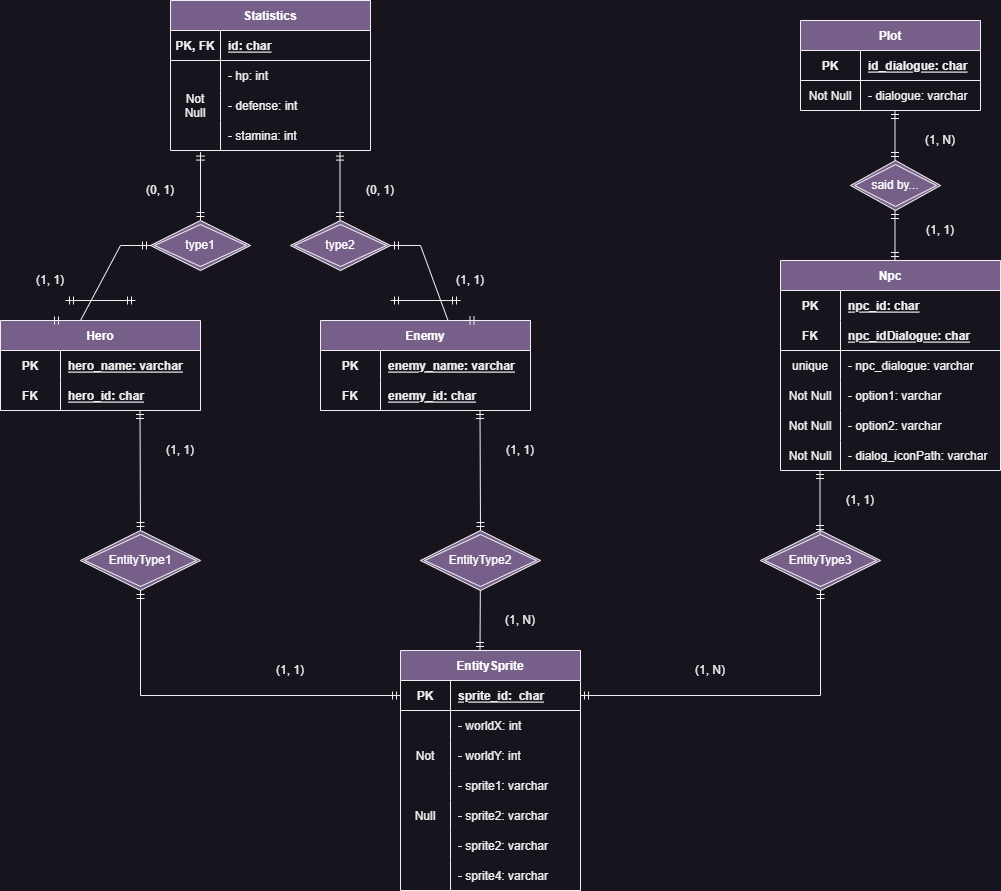
Above: log/diagrams/UML/Giovanni/SchemaConcettualeDB.drawio.png in weiss25r/Progetto-ISS-2022-2023 (draw.io), before the change. Source tidied: cells renumbered, new cells last; positions are measured from the earlier drawing's top-left corner, leaving out a move shared by most shapes.
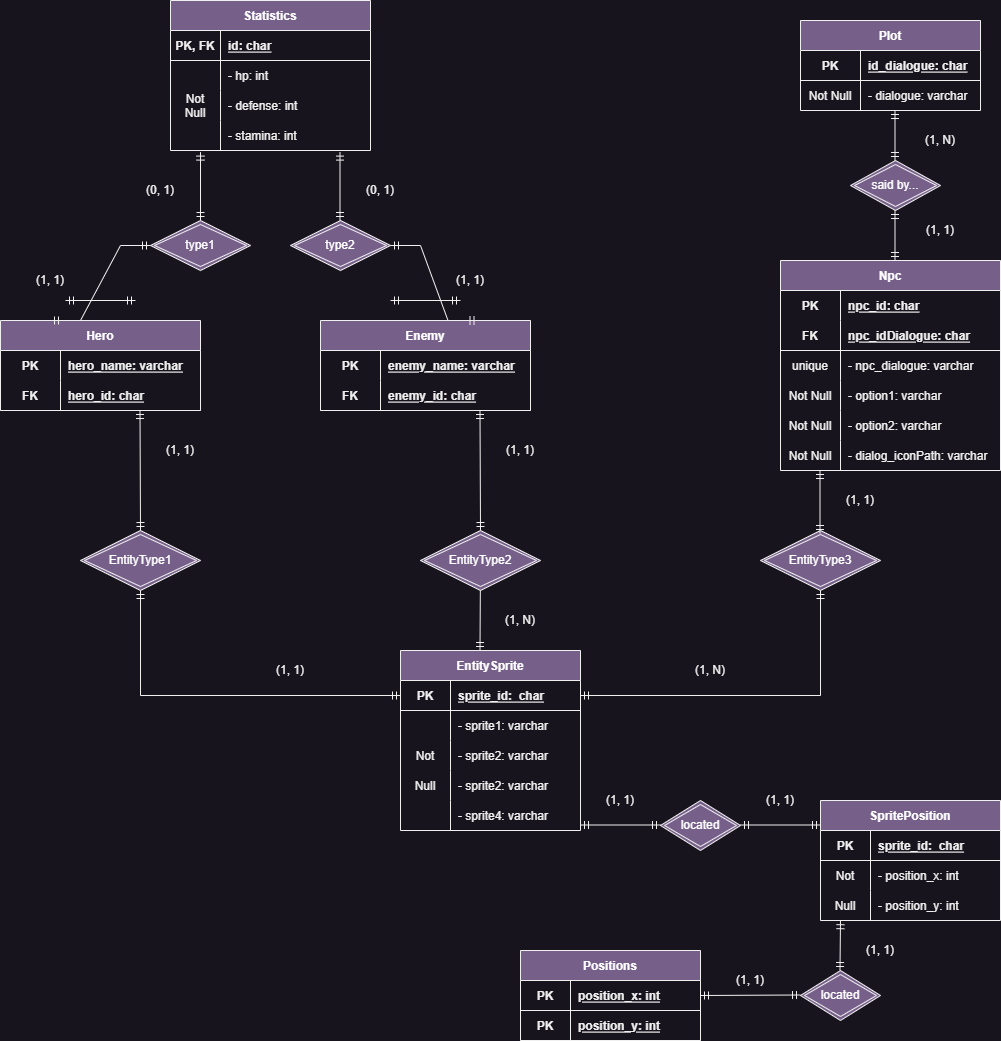
Later version of the same file.

The edit, as a diff of the source:
```diff
@@ -99,7 +99,7 @@
       <mxGeometry x="60" width="160" height="30" as="geometry" />
     </mxCell>
     <mxCell id="34" value="EntitySprite" style="shape=table;startSize=30;rowLines=0;fontStyle=1;align=center;fillColor=#76608a;fontColor=#ffffff;strokeColor=default;" parent="1" vertex="1">
-      <mxGeometry x="400" y="650" width="180" height="240" as="geometry" />
+      <mxGeometry x="400" y="650" width="180" height="180" as="geometry" />
     </mxCell>
     <mxCell id="35" style="shape=tableRow;horizontal=0;startSize=0;swimlaneHead=0;swimlaneBody=0;fillColor=none;points=[[0,0.5],[1,0.5]];portConstraint=eastwest;top=0;left=0;right=0;bottom=1;" parent="34" vertex="1">
       <mxGeometry y="30" width="180" height="30" as="geometry" />
@@ -110,26 +110,8 @@
     <mxCell id="37" value="sprite_id:  char" style="shape=partialRectangle;fillColor=none;top=0;left=0;bottom=0;right=0;align=left;spacingLeft=6;fontStyle=5;overflow=hidden;" parent="35" vertex="1">
       <mxGeometry x="50" width="130" height="30" as="geometry" />
     </mxCell>
-    <mxCell id="38" style="shape=tableRow;horizontal=0;startSize=0;swimlaneHead=0;swimlaneBody=0;fillColor=none;top=0;left=0;right=0;bottom=0;" parent="34" vertex="1">
-      <mxGeometry y="60" width="180" height="30" as="geometry" />
-    </mxCell>
-    <mxCell id="39" style="shape=partialRectangle;fillColor=none;top=0;left=0;bottom=0;right=0;overflow=hidden;" parent="38" vertex="1">
-      <mxGeometry width="50" height="30" as="geometry" />
-    </mxCell>
-    <mxCell id="40" value="- worldX: int" style="shape=partialRectangle;fillColor=none;top=0;left=0;bottom=0;right=0;align=left;spacingLeft=6;overflow=hidden;" parent="38" vertex="1">
-      <mxGeometry x="50" width="130" height="30" as="geometry" />
-    </mxCell>
-    <mxCell id="41" style="shape=tableRow;horizontal=0;startSize=0;swimlaneHead=0;swimlaneBody=0;fillColor=none;points=[[0,0.5],[1,0.5]];portConstraint=eastwest;top=0;left=0;right=0;bottom=0;" parent="34" vertex="1">
-      <mxGeometry y="90" width="180" height="30" as="geometry" />
-    </mxCell>
-    <mxCell id="42" value="Not" style="shape=partialRectangle;fillColor=none;top=0;left=0;bottom=0;right=0;overflow=hidden;" parent="41" vertex="1">
-      <mxGeometry width="50" height="30" as="geometry" />
-    </mxCell>
-    <mxCell id="43" value="- worldY: int" style="shape=partialRectangle;fillColor=none;top=0;left=0;bottom=0;right=0;align=left;spacingLeft=6;overflow=hidden;" parent="41" vertex="1">
-      <mxGeometry x="50" width="130" height="30" as="geometry" />
-    </mxCell>
     <mxCell id="44" style="shape=tableRow;horizontal=0;startSize=0;swimlaneHead=0;swimlaneBody=0;fillColor=none;top=0;left=0;right=0;bottom=0;" parent="34" vertex="1">
-      <mxGeometry y="120" width="180" height="30" as="geometry" />
+      <mxGeometry y="60" width="180" height="30" as="geometry" />
     </mxCell>
     <mxCell id="45" style="shape=partialRectangle;fillColor=none;top=0;left=0;bottom=0;right=0;overflow=hidden;" parent="44" vertex="1">
       <mxGeometry width="50" height="30" as="geometry" />
@@ -138,25 +120,25 @@
       <mxGeometry x="50" width="130" height="30" as="geometry" />
     </mxCell>
     <mxCell id="47" style="shape=tableRow;horizontal=0;startSize=0;swimlaneHead=0;swimlaneBody=0;fillColor=none;top=0;left=0;right=0;bottom=0;" parent="34" vertex="1">
-      <mxGeometry y="150" width="180" height="30" as="geometry" />
+      <mxGeometry y="90" width="180" height="30" as="geometry" />
     </mxCell>
-    <mxCell id="48" value="Null" style="shape=partialRectangle;fillColor=none;top=0;left=0;bottom=0;right=0;overflow=hidden;" parent="47" vertex="1">
+    <mxCell id="48" value="Not" style="shape=partialRectangle;fillColor=none;top=0;left=0;bottom=0;right=0;overflow=hidden;" parent="47" vertex="1">
       <mxGeometry width="50" height="30" as="geometry" />
     </mxCell>
     <mxCell id="49" value="- sprite2: varchar" style="shape=partialRectangle;fillColor=none;top=0;left=0;bottom=0;right=0;align=left;spacingLeft=6;overflow=hidden;" parent="47" vertex="1">
       <mxGeometry x="50" width="130" height="30" as="geometry" />
     </mxCell>
     <mxCell id="50" style="shape=tableRow;horizontal=0;startSize=0;swimlaneHead=0;swimlaneBody=0;fillColor=none;top=0;left=0;right=0;bottom=0;" parent="34" vertex="1">
-      <mxGeometry y="180" width="180" height="30" as="geometry" />
+      <mxGeometry y="120" width="180" height="30" as="geometry" />
     </mxCell>
-    <mxCell id="51" style="shape=partialRectangle;fillColor=none;top=0;left=0;bottom=0;right=0;overflow=hidden;" parent="50" vertex="1">
+    <mxCell id="51" value="Null" style="shape=partialRectangle;fillColor=none;top=0;left=0;bottom=0;right=0;overflow=hidden;" parent="50" vertex="1">
       <mxGeometry width="50" height="30" as="geometry" />
     </mxCell>
     <mxCell id="52" value="- sprite2: varchar" style="shape=partialRectangle;fillColor=none;top=0;left=0;bottom=0;right=0;align=left;spacingLeft=6;overflow=hidden;" parent="50" vertex="1">
       <mxGeometry x="50" width="130" height="30" as="geometry" />
     </mxCell>
     <mxCell id="53" style="shape=tableRow;horizontal=0;startSize=0;swimlaneHead=0;swimlaneBody=0;fillColor=none;top=0;left=0;right=0;bottom=0;" parent="34" vertex="1">
-      <mxGeometry y="210" width="180" height="30" as="geometry" />
+      <mxGeometry y="150" width="180" height="30" as="geometry" />
     </mxCell>
     <mxCell id="54" style="shape=partialRectangle;fillColor=none;top=0;left=0;bottom=0;right=0;overflow=hidden;" parent="53" vertex="1">
       <mxGeometry width="50" height="30" as="geometry" />
@@ -364,5 +346,100 @@
     <mxCell id="109" value="(1, N)" style="text;html=1;strokeColor=none;fillColor=none;align=center;verticalAlign=middle;whiteSpace=wrap;rounded=0;" parent="1" vertex="1">
       <mxGeometry x="680" y="660" width="60" height="20" as="geometry" />
     </mxCell>
+    <mxCell id="110" value="SpritePosition" style="shape=table;startSize=30;rowLines=0;fontStyle=1;align=center;fillColor=#76608a;fontColor=#ffffff;strokeColor=default;" parent="1" vertex="1">
+      <mxGeometry x="820" y="800" width="180" height="120" as="geometry" />
+    </mxCell>
+    <mxCell id="111" style="shape=tableRow;horizontal=0;startSize=0;swimlaneHead=0;swimlaneBody=0;fillColor=none;top=0;left=0;right=0;bottom=1;" parent="110" vertex="1">
+      <mxGeometry y="30" width="180" height="30" as="geometry" />
+    </mxCell>
+    <mxCell id="112" value="PK" style="shape=partialRectangle;fillColor=none;top=0;left=0;bottom=0;right=0;fontStyle=1;overflow=hidden;" parent="111" vertex="1">
+      <mxGeometry width="50" height="30" as="geometry" />
+    </mxCell>
+    <mxCell id="113" value="sprite_id:  char" style="shape=partialRectangle;fillColor=none;top=0;left=0;bottom=0;right=0;align=left;spacingLeft=6;fontStyle=5;overflow=hidden;" parent="111" vertex="1">
+      <mxGeometry x="50" width="130" height="30" as="geometry" />
+    </mxCell>
+    <mxCell id="38" style="shape=tableRow;horizontal=0;startSize=0;swimlaneHead=0;swimlaneBody=0;fillColor=none;top=0;left=0;right=0;bottom=0;" parent="110" vertex="1">
+      <mxGeometry y="60" width="180" height="30" as="geometry" />
+    </mxCell>
+    <mxCell id="42" value="Not" style="shape=partialRectangle;fillColor=none;top=0;left=0;bottom=0;right=0;overflow=hidden;" parent="38" vertex="1">
+      <mxGeometry width="50" height="30" as="geometry" />
+    </mxCell>
+    <mxCell id="114" value="- position_x: int" style="shape=partialRectangle;fillColor=none;top=0;left=0;bottom=0;right=0;align=left;spacingLeft=6;overflow=hidden;" parent="38" vertex="1">
+      <mxGeometry x="50" width="130" height="30" as="geometry" />
+    </mxCell>
+    <mxCell id="41" style="shape=tableRow;horizontal=0;startSize=0;swimlaneHead=0;swimlaneBody=0;fillColor=none;points=[[0,0.5],[1,0.5]];portConstraint=eastwest;top=0;left=0;right=0;bottom=0;" parent="110" vertex="1">
+      <mxGeometry y="90" width="180" height="30" as="geometry" />
+    </mxCell>
+    <mxCell id="115" value="Null" style="shape=partialRectangle;fillColor=none;top=0;left=0;bottom=0;right=0;overflow=hidden;" parent="41" vertex="1">
+      <mxGeometry width="50" height="30" as="geometry" />
+    </mxCell>
+    <mxCell id="116" value="- position_y: int" style="shape=partialRectangle;fillColor=none;top=0;left=0;bottom=0;right=0;align=left;spacingLeft=6;overflow=hidden;" parent="41" vertex="1">
+      <mxGeometry x="50" width="130" height="30" as="geometry" />
+    </mxCell>
+    <mxCell id="117" style="fontSize=12;html=1;endArrow=ERmandOne;startArrow=ERmandOne;rounded=0;exitX=0.5;exitY=0;exitDx=0;exitDy=0;" parent="1" edge="1">
+      <mxGeometry x="1" y="112" relative="1" as="geometry">
+        <mxPoint x="740" y="824.5" as="sourcePoint" />
+        <mxPoint x="820" y="824.5" as="targetPoint" />
+        <mxPoint x="50" y="12" as="offset" />
+      </mxGeometry>
+    </mxCell>
+    <mxCell id="118" value="located" style="shape=rhombus;double=1;perimeter=rhombusPerimeter;whiteSpace=wrap;html=1;align=center;fillColor=#76608a;strokeColor=default;fontColor=#ffffff;" parent="1" vertex="1">
+      <mxGeometry x="660" y="800" width="80" height="50" as="geometry" />
+    </mxCell>
+    <mxCell id="119" style="fontSize=12;html=1;endArrow=ERmandOne;startArrow=ERmandOne;rounded=0;exitX=0.5;exitY=0;exitDx=0;exitDy=0;" parent="1" edge="1">
+      <mxGeometry x="1" y="112" relative="1" as="geometry">
+        <mxPoint x="580" y="824.5" as="sourcePoint" />
+        <mxPoint x="660" y="824.5" as="targetPoint" />
+        <mxPoint x="50" y="12" as="offset" />
+      </mxGeometry>
+    </mxCell>
+    <mxCell id="120" value="(1, 1)" style="text;html=1;strokeColor=none;fillColor=none;align=center;verticalAlign=middle;whiteSpace=wrap;rounded=0;" parent="1" vertex="1">
+      <mxGeometry x="590" y="790" width="60" height="20" as="geometry" />
+    </mxCell>
+    <mxCell id="121" value="(1, 1)" style="text;html=1;strokeColor=none;fillColor=none;align=center;verticalAlign=middle;whiteSpace=wrap;rounded=0;" parent="1" vertex="1">
+      <mxGeometry x="750" y="790" width="60" height="20" as="geometry" />
+    </mxCell>
+    <mxCell id="122" value="Positions" style="shape=table;startSize=30;rowLines=0;fontStyle=1;align=center;fillColor=#76608a;fontColor=#ffffff;strokeColor=default;" parent="1" vertex="1">
+      <mxGeometry x="520" y="950" width="180" height="90" as="geometry" />
+    </mxCell>
+    <mxCell id="123" style="shape=tableRow;horizontal=0;startSize=0;swimlaneHead=0;swimlaneBody=0;fillColor=none;points=[[0,0.5],[1,0.5]];portConstraint=eastwest;top=0;left=0;right=0;bottom=1;" parent="122" vertex="1">
+      <mxGeometry y="30" width="180" height="30" as="geometry" />
+    </mxCell>
+    <mxCell id="124" value="PK" style="shape=partialRectangle;fillColor=none;top=0;left=0;bottom=0;right=0;fontStyle=1;overflow=hidden;" parent="123" vertex="1">
+      <mxGeometry width="50" height="30" as="geometry" />
+    </mxCell>
+    <mxCell id="125" value="position_x: int" style="shape=partialRectangle;fillColor=none;top=0;left=0;bottom=0;right=0;align=left;spacingLeft=6;fontStyle=5;overflow=hidden;" parent="123" vertex="1">
+      <mxGeometry x="50" width="130" height="30" as="geometry" />
+    </mxCell>
+    <mxCell id="126" style="shape=tableRow;horizontal=0;startSize=0;swimlaneHead=0;swimlaneBody=0;fillColor=none;top=0;left=0;right=0;bottom=1;" parent="122" vertex="1">
+      <mxGeometry y="60" width="180" height="30" as="geometry" />
+    </mxCell>
+    <mxCell id="127" value="PK" style="shape=partialRectangle;fillColor=none;top=0;left=0;bottom=0;right=0;fontStyle=1;overflow=hidden;" parent="126" vertex="1">
+      <mxGeometry width="50" height="30" as="geometry" />
+    </mxCell>
+    <mxCell id="128" value="position_y: int" style="shape=partialRectangle;fillColor=none;top=0;left=0;bottom=0;right=0;align=left;spacingLeft=6;fontStyle=5;overflow=hidden;" parent="126" vertex="1">
+      <mxGeometry x="50" width="130" height="30" as="geometry" />
+    </mxCell>
+    <mxCell id="129" value="located" style="shape=rhombus;double=1;perimeter=rhombusPerimeter;whiteSpace=wrap;html=1;align=center;fillColor=#76608a;strokeColor=default;fontColor=#ffffff;" parent="1" vertex="1">
+      <mxGeometry x="800" y="970" width="80" height="50" as="geometry" />
+    </mxCell>
+    <mxCell id="130" style="fontSize=12;html=1;endArrow=ERmandOne;startArrow=ERmandOne;rounded=0;exitX=1;exitY=0.5;exitDx=0;exitDy=0;" parent="1" edge="1" source="123">
+      <mxGeometry x="1" y="112" relative="1" as="geometry">
+        <mxPoint x="800" y="994.5" as="targetPoint" />
+        <mxPoint x="50" y="12" as="offset" />
+      </mxGeometry>
+    </mxCell>
+    <mxCell id="131" style="fontSize=12;html=1;endArrow=ERmandOne;startArrow=ERmandOne;rounded=0;exitX=0.111;exitY=1.007;exitDx=0;exitDy=0;exitPerimeter=0;" parent="1" edge="1" source="41">
+      <mxGeometry x="1" y="112" relative="1" as="geometry">
+        <mxPoint x="839.5" y="970" as="targetPoint" />
+        <mxPoint x="50" y="12" as="offset" />
+      </mxGeometry>
+    </mxCell>
+    <mxCell id="132" value="(1, 1)" style="text;html=1;strokeColor=none;fillColor=none;align=center;verticalAlign=middle;whiteSpace=wrap;rounded=0;" parent="1" vertex="1">
+      <mxGeometry x="720" y="970" width="60" height="20" as="geometry" />
+    </mxCell>
+    <mxCell id="133" value="(1, 1)" style="text;html=1;strokeColor=none;fillColor=none;align=center;verticalAlign=middle;whiteSpace=wrap;rounded=0;" parent="1" vertex="1">
+      <mxGeometry x="850" y="940" width="60" height="20" as="geometry" />
+    </mxCell>
   </root>
 </mxGraphModel>
```
